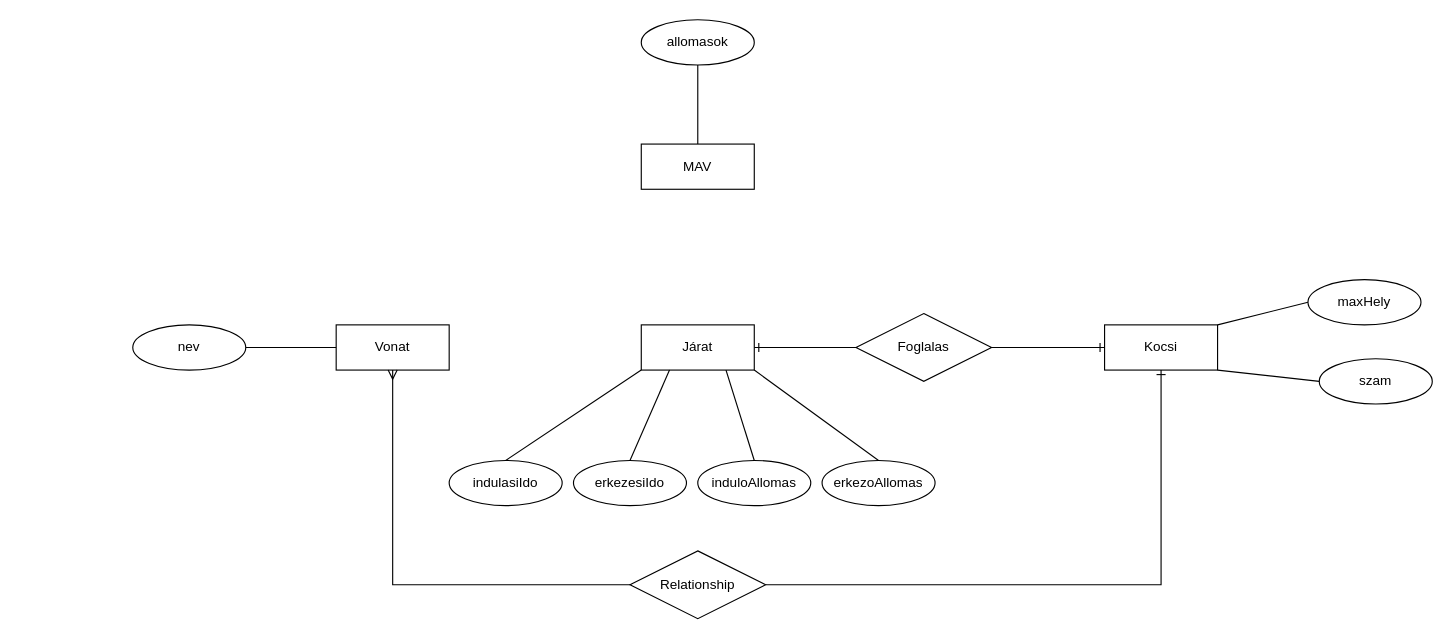
The draw.io diagram HEPMIU_1011/hepmiu_5.4.drawio in urbanoliver/HEPMIU_DB1Gyak, before the edit. Source tidied: cells renumbered, new cells numbered last; positions are measured from the earlier drawing's top-left corner, leaving out a move shared by most shapes. Both pictures are drawn from the tidied source at 113%, with x=0, y=0 at pixel (132, 19).
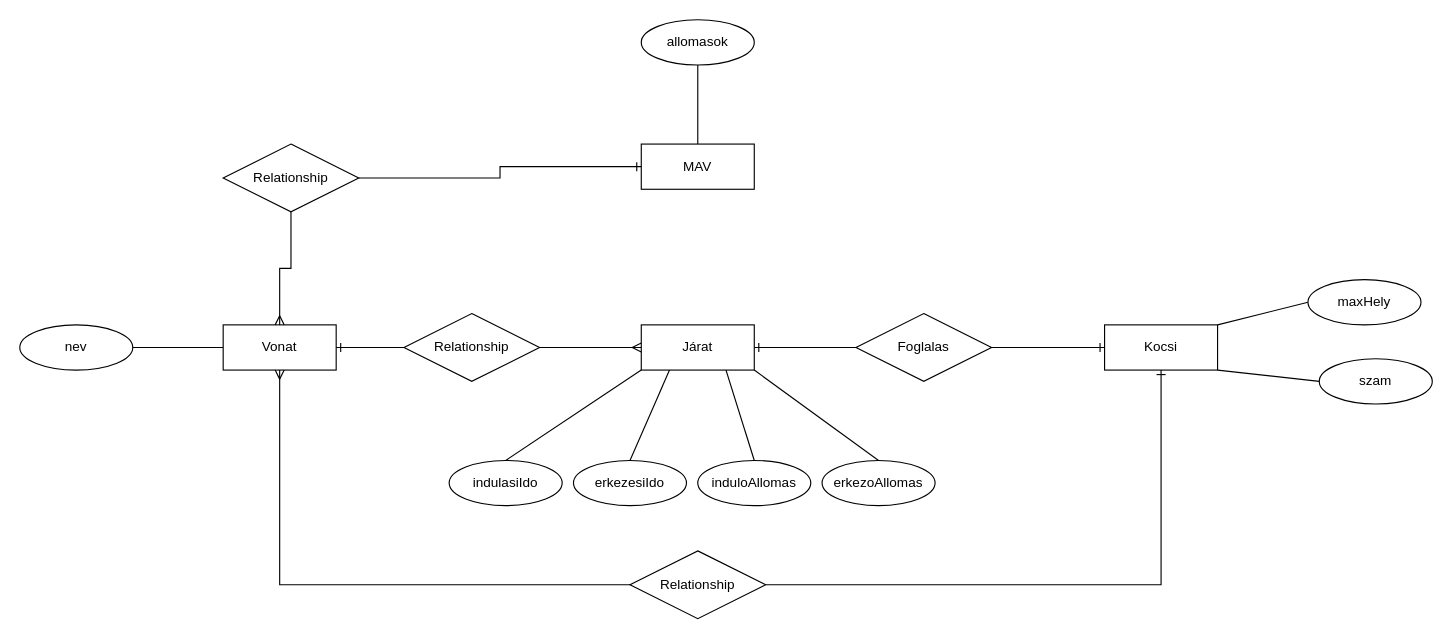
After the change.

Unchanged cells that the change refers to:
```xml
<mxCell id="2" value="MAV" style="whiteSpace=wrap;html=1;align=center;" parent="1" vertex="1">
  <mxGeometry x="450" y="110" width="100" height="40" as="geometry" />
</mxCell>
<mxCell id="5" value="Járat" style="whiteSpace=wrap;html=1;align=center;" parent="1" vertex="1">
  <mxGeometry x="450" y="270" width="100" height="40" as="geometry" />
</mxCell>
```

Diff of the diagram source:
```diff
@@
     <mxCell id="4" value="Vonat" style="whiteSpace=wrap;html=1;align=center;" parent="1" vertex="1">
-      <mxGeometry x="180" y="270" width="100" height="40" as="geometry" />
+      <mxGeometry x="80" y="270" width="100" height="40" as="geometry" />
     </mxCell>
@@
     <mxCell id="8" value="nev" style="ellipse;whiteSpace=wrap;html=1;align=center;" parent="1" vertex="1">
-      <mxGeometry y="270" width="100" height="40" as="geometry" />
+      <mxGeometry x="-100" y="270" width="100" height="40" as="geometry" />
     </mxCell>
@@
+    <mxCell id="28" value="Relationship" style="shape=rhombus;perimeter=rhombusPerimeter;whiteSpace=wrap;html=1;align=center;" parent="1" vertex="1">
+      <mxGeometry x="240" y="260" width="120" height="60" as="geometry" />
+    </mxCell>
+    <mxCell id="29" style="edgeStyle=entityRelationEdgeStyle;fontSize=12;html=1;endArrow=ERone;endFill=1;rounded=0;exitX=0;exitY=0.5;exitDx=0;exitDy=0;entryX=1;entryY=0.5;entryDx=0;entryDy=0;" parent="1" edge="1" source="28" target="4">
+      <mxGeometry relative="1" as="geometry" />
+    </mxCell>
+    <mxCell id="30" style="edgeStyle=orthogonalEdgeStyle;fontSize=12;html=1;endArrow=ERmany;rounded=0;exitX=1;exitY=0.5;exitDx=0;exitDy=0;entryX=0;entryY=0.5;entryDx=0;entryDy=0;" parent="1" edge="1" source="28" target="5">
+      <mxGeometry relative="1" as="geometry" />
+    </mxCell>
+    <mxCell id="31" value="Relationship" style="shape=rhombus;perimeter=rhombusPerimeter;whiteSpace=wrap;html=1;align=center;" parent="1" vertex="1">
+      <mxGeometry x="80" y="110" width="120" height="60" as="geometry" />
+    </mxCell>
+    <mxCell id="32" style="edgeStyle=orthogonalEdgeStyle;fontSize=12;html=1;endArrow=ERone;endFill=1;rounded=0;exitX=1;exitY=0.5;exitDx=0;exitDy=0;entryX=0;entryY=0.5;entryDx=0;entryDy=0;" parent="1" edge="1" source="31" target="2">
+      <mxGeometry relative="1" as="geometry" />
+    </mxCell>
+    <mxCell id="33" style="edgeStyle=orthogonalEdgeStyle;fontSize=12;html=1;endArrow=ERmany;rounded=0;exitX=0.5;exitY=1;exitDx=0;exitDy=0;entryX=0.5;entryY=0;entryDx=0;entryDy=0;" parent="1" edge="1" source="31" target="4">
+      <mxGeometry relative="1" as="geometry" />
+    </mxCell>
```
